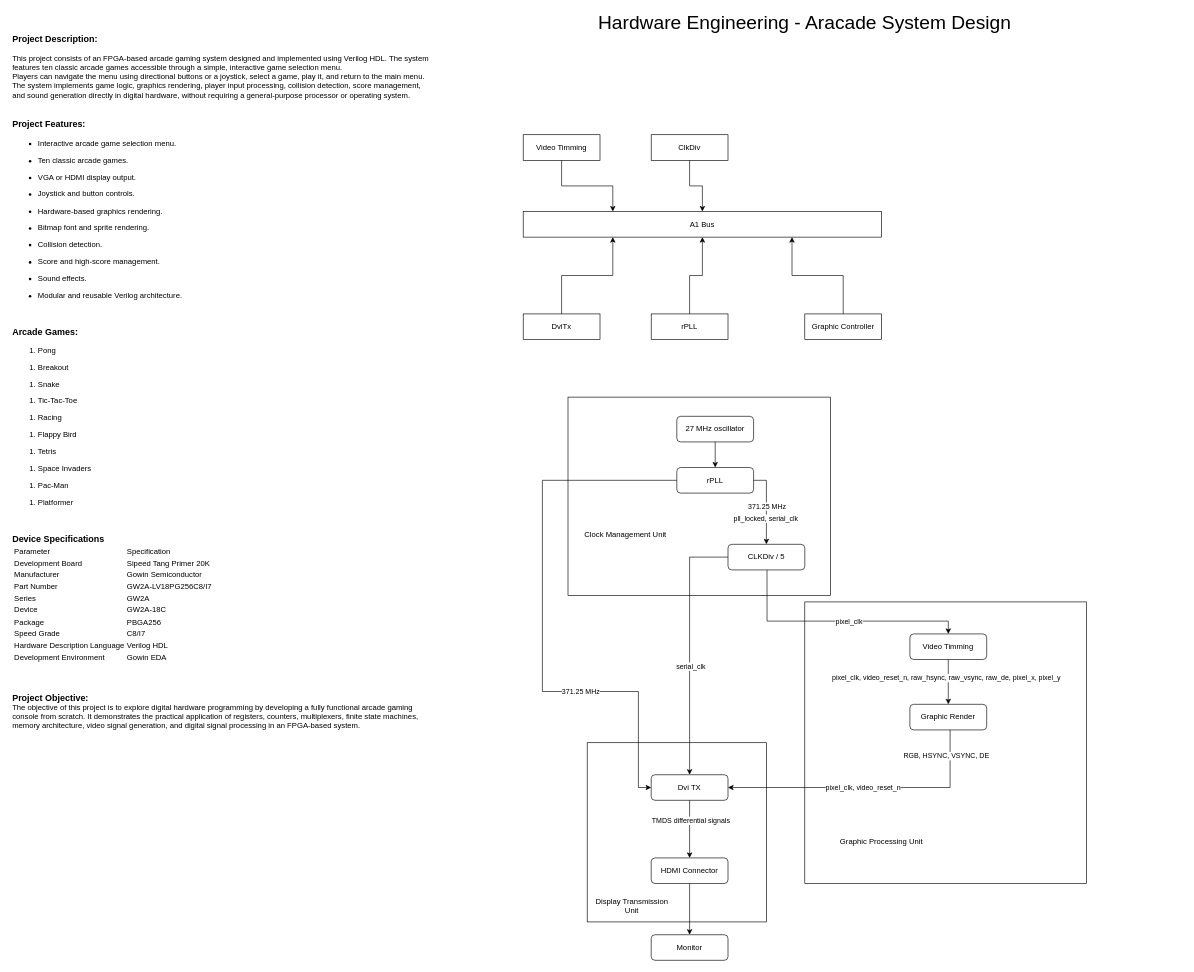
This is Arcade.drawio from brilliantnarlo/system-design-os, a draw.io file, before an edit. Source tidied: cells renumbered, new cells numbered last; positions are measured from the earlier drawing's top-left corner, leaving out a move shared by most shapes. Both pictures are drawn from the tidied source at 64%, with x=0, y=0 at pixel (11, 13).
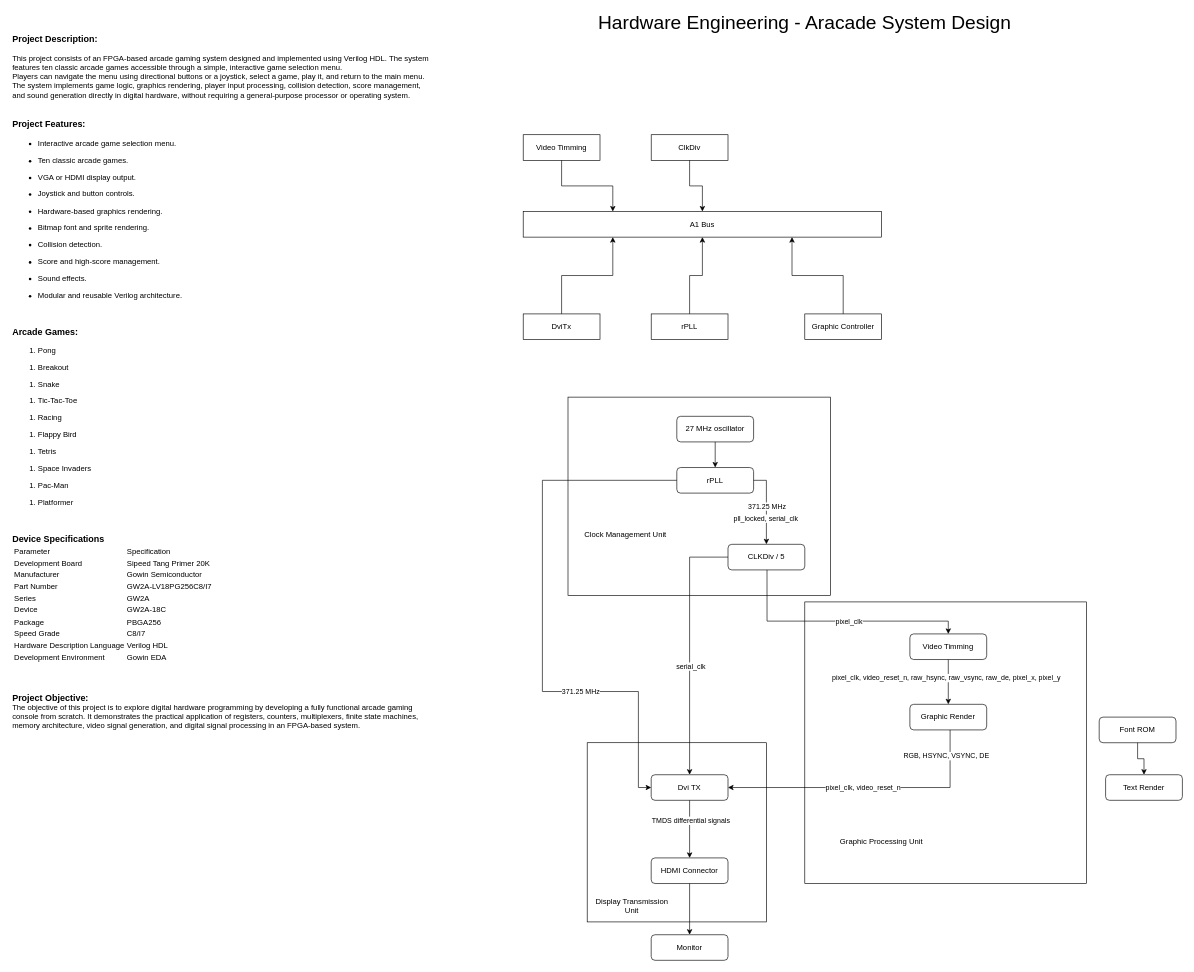
Above is the later version.

Change to the diagram source:
```diff
@@
+    <mxCell id="47" value="Font ROM" style="rounded=1;whiteSpace=wrap;html=1;roundedPerimeter=1;" parent="1" vertex="1">
+      <mxGeometry x="1700" y="1100" width="120" height="40" as="geometry" />
+    </mxCell>
+    <mxCell id="48" value="Text Render" style="rounded=1;whiteSpace=wrap;html=1;roundedPerimeter=1;" parent="1" vertex="1">
+      <mxGeometry x="1710" y="1190" width="120" height="40" as="geometry" />
+    </mxCell>
+    <mxCell id="49" style="endArrow=classic;html=1;rounded=0;defaultLabelBackgroundColor=page;labelPadding=0 4;exitX=0.5;exitY=1;exitDx=0;exitDy=0;entryX=0.5;entryY=0;entryDx=0;entryDy=0;edgeStyle=orthogonalEdgeStyle;" parent="1" edge="1" source="47" target="48">
+      <mxGeometry relative="1" as="geometry" />
+    </mxCell>
```
